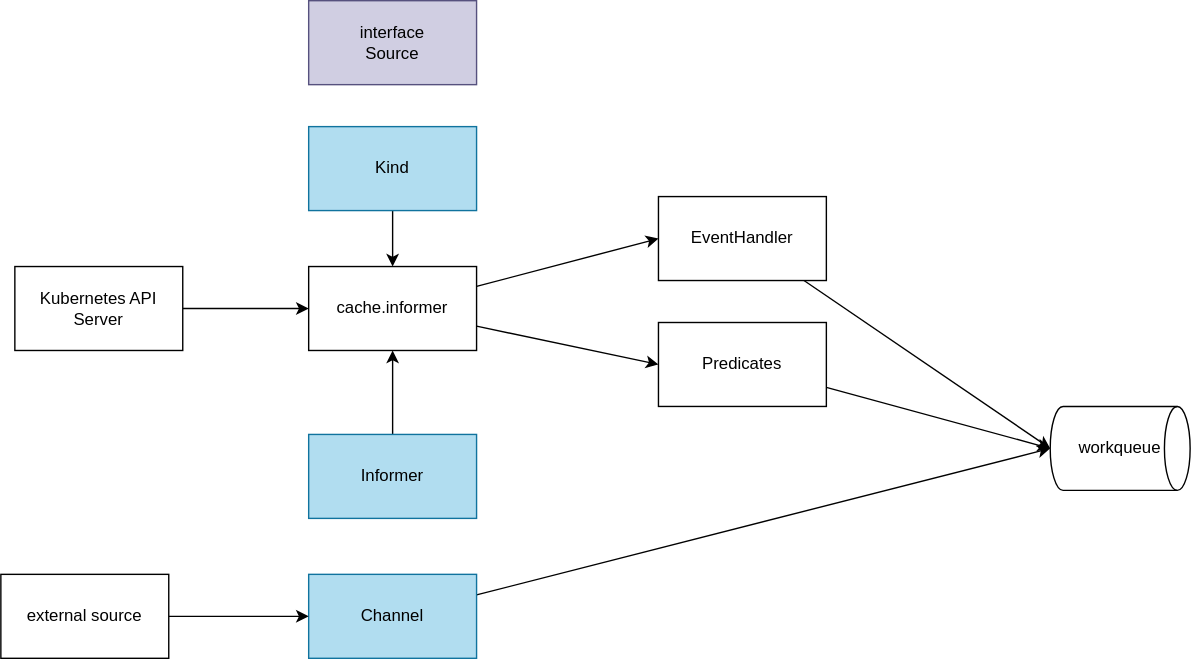
nakamasato/kubernetes-training keeps this draw.io diagram as contents/kubernetes-operator/controller-runtime/source/dataflow.drawio.svg. Above is the earlier version. Source tidied: cells renumbered, new cells last; positions are measured from the earlier drawing's top-left corner, leaving out a move shared by most shapes.
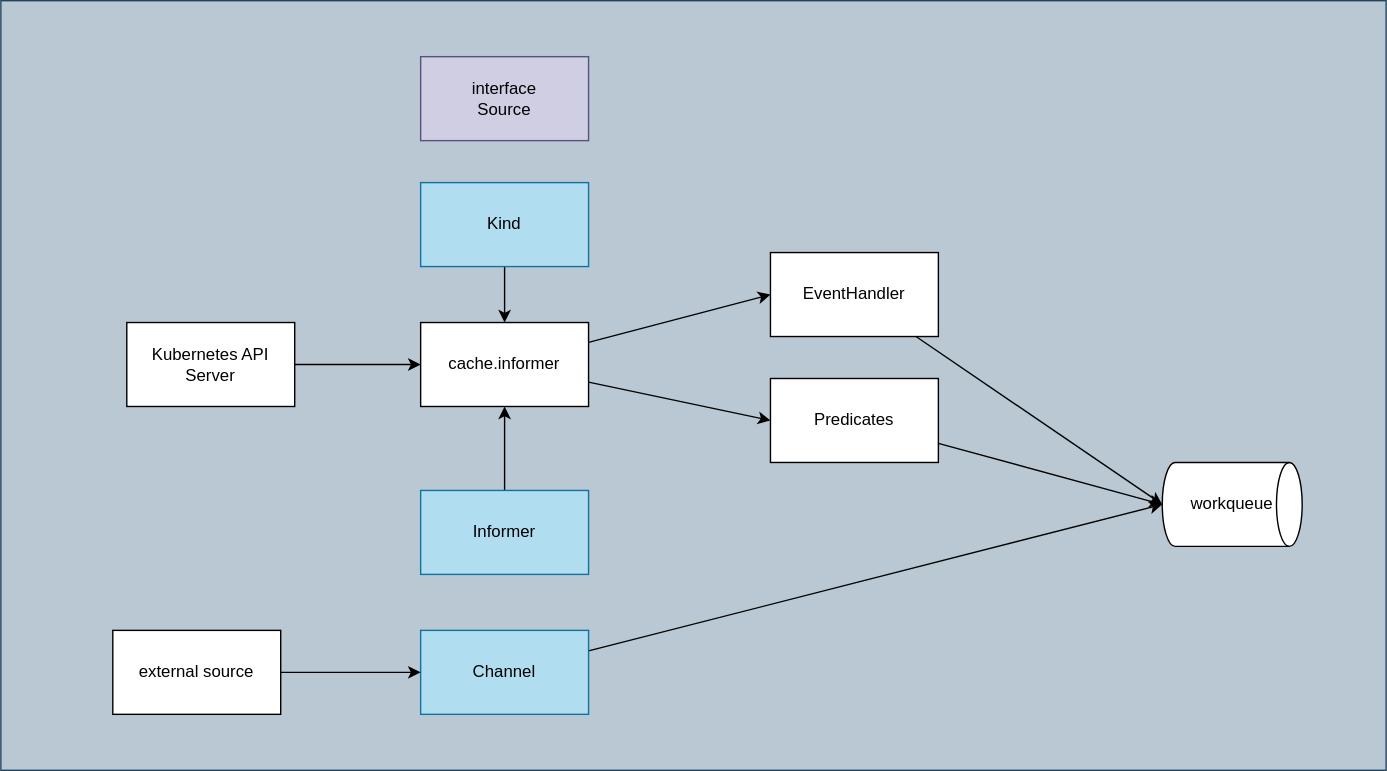
Above is the later version.

What changed in the source:
```diff
@@ -2,6 +2,9 @@
   <root>
     <mxCell id="0" />
     <mxCell id="1" parent="0" />
+    <mxCell id="21" style="rounded=0;whiteSpace=wrap;html=1;fillColor=#bac8d3;strokeColor=#23445d;" parent="1" vertex="1">
+      <mxGeometry x="-80" y="-40" width="990" height="550" as="geometry" />
+    </mxCell>
     <mxCell id="2" style="edgeStyle=none;html=1;" parent="1" edge="1" source="3" target="13">
       <mxGeometry relative="1" as="geometry" />
     </mxCell>
```
